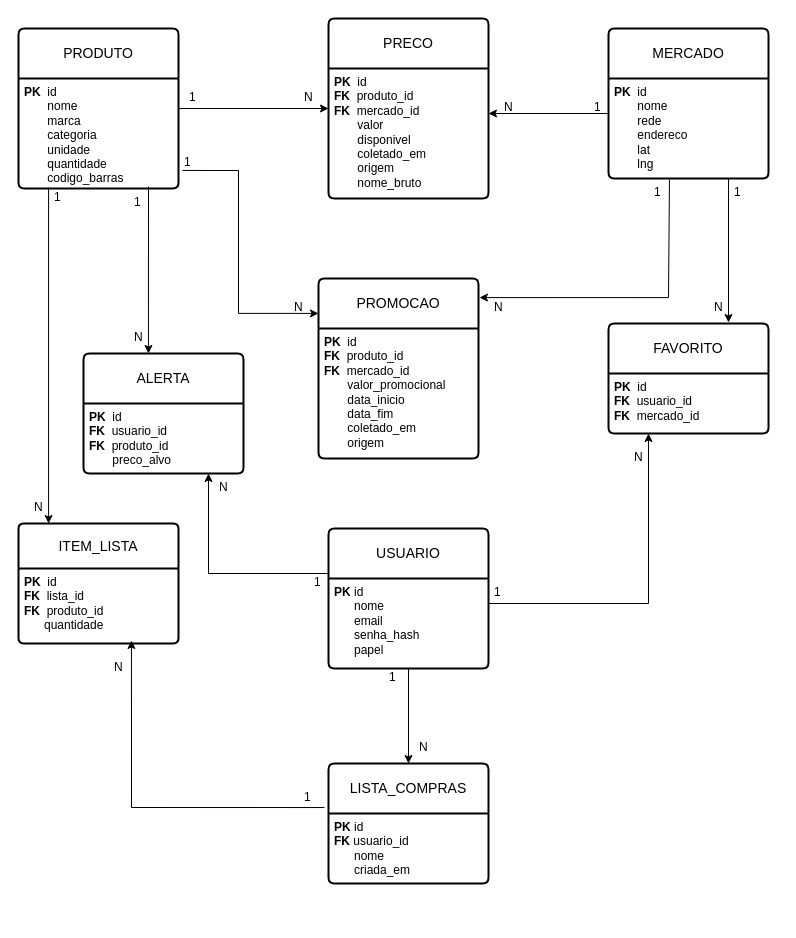
This is docs/SmartMarket_modelagem.drawio.xml from opedromeireless/smartmarket, a draw.io file, before an edit. Source tidied: cells renumbered, new cells numbered last; positions are measured from the earlier drawing's top-left corner, leaving out a move shared by most shapes. Both pictures are drawn from the tidied source at 100%, with x=0, y=0 at pixel (18, 18).
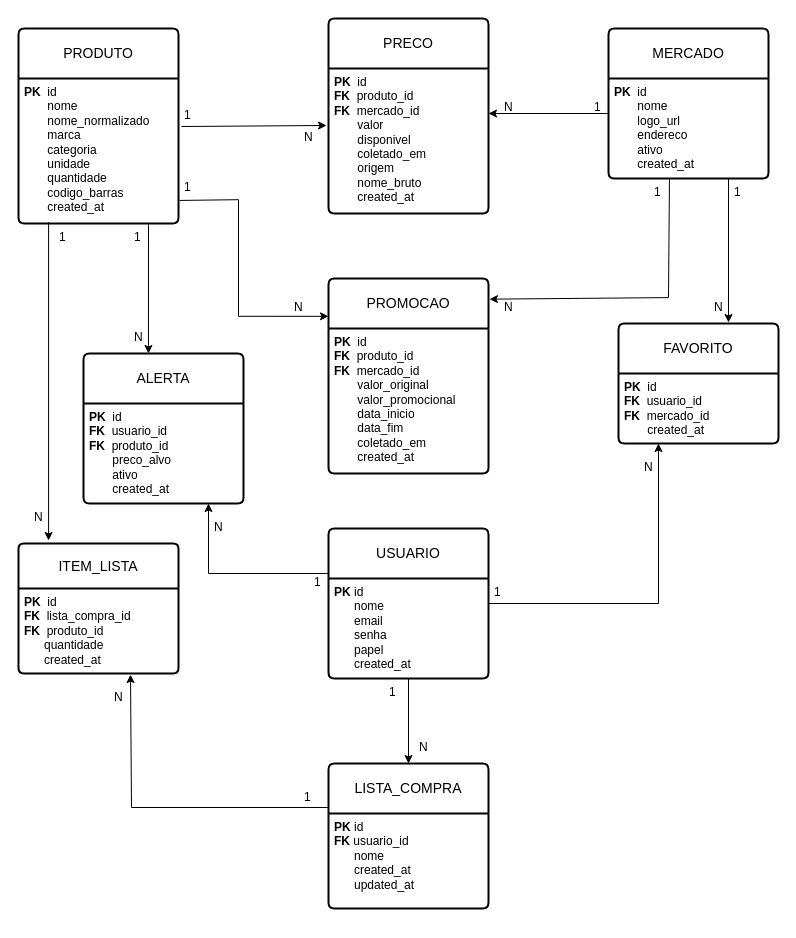
The same diagram, later.

Commit message (it also covers changes not shown here):
feat: adiciona modelagem do banco de dados e script DDL atualizados

The change refers to these unchanged cells:
```xml
<mxCell id="6" value="MERCADO" style="swimlane;horizontal=1;startSize=50;rounded=1;fontSize=14;fontStyle=0;strokeWidth=2;shadow=0;dashed=0;align=center;arcSize=4;whiteSpace=wrap;html=1;" parent="1" vertex="1">
  <mxGeometry x="590" y="10" width="160" height="150" as="geometry" />
</mxCell>
```

Change to the diagram source:
```diff
@@
     <mxCell id="2" value="PRODUTO" style="swimlane;horizontal=1;startSize=50;rounded=1;fontSize=14;fontStyle=0;strokeWidth=2;shadow=0;dashed=0;align=center;arcSize=4;whiteSpace=wrap;html=1;" parent="1" vertex="1">
-      <mxGeometry y="10" width="160" height="160" as="geometry" />
+      <mxGeometry y="10" width="160" height="195" as="geometry" />
     </mxCell>
-    <mxCell id="3" value="&lt;b style=&quot;&quot;&gt;PK&lt;/b&gt;&amp;nbsp; id&lt;br&gt;&amp;nbsp; &amp;nbsp; &amp;nbsp; &amp;nbsp;nome&lt;br&gt;&amp;nbsp; &amp;nbsp; &amp;nbsp; &amp;nbsp;marca&lt;div&gt;&amp;nbsp; &amp;nbsp; &amp;nbsp; &amp;nbsp;categoria&lt;/div&gt;&lt;div&gt;&amp;nbsp; &amp;nbsp; &amp;nbsp; &amp;nbsp;unidade&lt;/div&gt;&lt;div&gt;&amp;nbsp; &amp;nbsp; &amp;nbsp; &amp;nbsp;quantidade&lt;/div&gt;&lt;div&gt;&amp;nbsp; &amp;nbsp; &amp;nbsp; &amp;nbsp;codigo_barras&lt;/div&gt;" style="align=left;strokeColor=none;fillColor=none;spacingLeft=4;spacingRight=4;fontSize=12;verticalAlign=top;html=1;whiteSpace=wrap;" parent="2" vertex="1">
-      <mxGeometry y="50" width="160" height="110" as="geometry" />
+    <mxCell id="3" value="&lt;b style=&quot;&quot;&gt;PK&lt;/b&gt;&amp;nbsp; id&lt;br&gt;&amp;nbsp; &amp;nbsp; &amp;nbsp; &amp;nbsp;nome&lt;div&gt;&amp;nbsp; &amp;nbsp; &amp;nbsp; &amp;nbsp;nome_normalizado&lt;br&gt;&amp;nbsp; &amp;nbsp; &amp;nbsp; &amp;nbsp;marca&lt;div&gt;&amp;nbsp; &amp;nbsp; &amp;nbsp; &amp;nbsp;categoria&lt;/div&gt;&lt;div&gt;&amp;nbsp; &amp;nbsp; &amp;nbsp; &amp;nbsp;unidade&lt;/div&gt;&lt;div&gt;&amp;nbsp; &amp;nbsp; &amp;nbsp; &amp;nbsp;quantidade&lt;/div&gt;&lt;div&gt;&amp;nbsp; &amp;nbsp; &amp;nbsp; &amp;nbsp;codigo_barras&lt;/div&gt;&lt;/div&gt;&lt;div&gt;&amp;nbsp; &amp;nbsp; &amp;nbsp; &amp;nbsp;created_at&lt;br&gt;&lt;/div&gt;" style="align=left;strokeColor=none;fillColor=none;spacingLeft=4;spacingRight=4;fontSize=12;verticalAlign=top;html=1;whiteSpace=wrap;" parent="2" vertex="1">
+      <mxGeometry y="50" width="160" height="145" as="geometry" />
     </mxCell>
     <mxCell id="4" value="PRECO" style="swimlane;horizontal=1;startSize=50;rounded=1;fontSize=14;fontStyle=0;strokeWidth=2;shadow=0;dashed=0;align=center;arcSize=4;whiteSpace=wrap;html=1;" parent="1" vertex="1">
-      <mxGeometry x="310" width="160" height="180" as="geometry" />
+      <mxGeometry x="310" width="160" height="195" as="geometry" />
     </mxCell>
-    <mxCell id="5" value="&lt;b&gt;PK&lt;/b&gt;&amp;nbsp; id&amp;nbsp;&lt;br&gt;&lt;b&gt;FK&lt;/b&gt;&amp;nbsp; produto_id&lt;br&gt;&lt;b&gt;FK&lt;/b&gt;&amp;nbsp; mercado_id&lt;div&gt;&amp;nbsp; &amp;nbsp; &amp;nbsp; &amp;nbsp;valor&lt;/div&gt;&lt;div&gt;&amp;nbsp; &amp;nbsp; &amp;nbsp; &amp;nbsp;disponivel&lt;/div&gt;&lt;div&gt;&amp;nbsp; &amp;nbsp; &amp;nbsp; &amp;nbsp;coletado_em&lt;/div&gt;&lt;div&gt;&amp;nbsp; &amp;nbsp; &amp;nbsp; &amp;nbsp;origem&lt;/div&gt;&lt;div&gt;&amp;nbsp; &amp;nbsp; &amp;nbsp; &amp;nbsp;nome_bruto&lt;/div&gt;" style="align=left;strokeColor=none;fillColor=none;spacingLeft=4;spacingRight=4;fontSize=12;verticalAlign=top;html=1;whiteSpace=wrap;" parent="4" vertex="1">
-      <mxGeometry y="50" width="160" height="130" as="geometry" />
+    <mxCell id="5" value="&lt;b&gt;PK&lt;/b&gt;&amp;nbsp; id&amp;nbsp;&lt;br&gt;&lt;b&gt;FK&lt;/b&gt;&amp;nbsp; produto_id&lt;br&gt;&lt;b&gt;FK&lt;/b&gt;&amp;nbsp; mercado_id&lt;div&gt;&amp;nbsp; &amp;nbsp; &amp;nbsp; &amp;nbsp;valor&lt;/div&gt;&lt;div&gt;&amp;nbsp; &amp;nbsp; &amp;nbsp; &amp;nbsp;disponivel&lt;/div&gt;&lt;div&gt;&amp;nbsp; &amp;nbsp; &amp;nbsp; &amp;nbsp;coletado_em&lt;/div&gt;&lt;div&gt;&amp;nbsp; &amp;nbsp; &amp;nbsp; &amp;nbsp;origem&lt;/div&gt;&lt;div&gt;&amp;nbsp; &amp;nbsp; &amp;nbsp; &amp;nbsp;nome_bruto&lt;/div&gt;&lt;div&gt;&amp;nbsp; &amp;nbsp; &amp;nbsp; &amp;nbsp;created_at&lt;br&gt;&lt;/div&gt;" style="align=left;strokeColor=none;fillColor=none;spacingLeft=4;spacingRight=4;fontSize=12;verticalAlign=top;html=1;whiteSpace=wrap;" parent="4" vertex="1">
+      <mxGeometry y="50" width="160" height="145" as="geometry" />
     </mxCell>
@@
-    <mxCell id="7" value="&lt;b&gt;PK&amp;nbsp;&amp;nbsp;&lt;/b&gt;id&lt;br&gt;&amp;nbsp; &amp;nbsp; &amp;nbsp; &amp;nbsp;nome&lt;br&gt;&amp;nbsp; &amp;nbsp; &amp;nbsp; &amp;nbsp;rede&lt;div&gt;&amp;nbsp; &amp;nbsp; &amp;nbsp; &amp;nbsp;endereco&lt;/div&gt;&lt;div&gt;&amp;nbsp; &amp;nbsp; &amp;nbsp; &amp;nbsp;lat&lt;/div&gt;&lt;div&gt;&amp;nbsp; &amp;nbsp; &amp;nbsp; &amp;nbsp;lng&lt;/div&gt;&lt;div&gt;&lt;br&gt;&lt;/div&gt;" style="align=left;strokeColor=none;fillColor=none;spacingLeft=4;spacingRight=4;fontSize=12;verticalAlign=top;html=1;whiteSpace=wrap;" parent="6" vertex="1">
+    <mxCell id="7" value="&lt;b&gt;PK&amp;nbsp;&amp;nbsp;&lt;/b&gt;id&lt;br&gt;&amp;nbsp; &amp;nbsp; &amp;nbsp; &amp;nbsp;nome&lt;br&gt;&amp;nbsp; &amp;nbsp; &amp;nbsp; &amp;nbsp;logo_url&lt;div&gt;&amp;nbsp; &amp;nbsp; &amp;nbsp; &amp;nbsp;endereco&lt;/div&gt;&lt;div&gt;&amp;nbsp; &amp;nbsp; &amp;nbsp; &amp;nbsp;ativo&lt;/div&gt;&lt;div&gt;&amp;nbsp; &amp;nbsp; &amp;nbsp; &amp;nbsp;created_at&lt;/div&gt;&lt;div&gt;&lt;br&gt;&lt;/div&gt;" style="align=left;strokeColor=none;fillColor=none;spacingLeft=4;spacingRight=4;fontSize=12;verticalAlign=top;html=1;whiteSpace=wrap;" parent="6" vertex="1">
       <mxGeometry y="50" width="160" height="100" as="geometry" />
     </mxCell>
     <mxCell id="8" value="PROMOCAO" style="swimlane;horizontal=1;startSize=50;rounded=1;fontSize=14;fontStyle=0;strokeWidth=2;shadow=0;dashed=0;align=center;arcSize=4;whiteSpace=wrap;html=1;" parent="1" vertex="1">
-      <mxGeometry x="300" y="260" width="160" height="180" as="geometry" />
+      <mxGeometry x="310" y="260" width="160" height="195" as="geometry" />
     </mxCell>
-    <mxCell id="9" value="&lt;b&gt;PK&lt;/b&gt;&amp;nbsp; id&lt;br&gt;&lt;b&gt;FK&lt;/b&gt;&amp;nbsp; produto_id&lt;br&gt;&lt;b&gt;FK&lt;/b&gt;&amp;nbsp; mercado_id&lt;div&gt;&amp;nbsp; &amp;nbsp; &amp;nbsp; &amp;nbsp;valor_promocional&lt;/div&gt;&lt;div&gt;&lt;span style=&quot;background-color: transparent; color: light-dark(rgb(0, 0, 0), rgb(255, 255, 255));&quot;&gt;&amp;nbsp; &amp;nbsp; &amp;nbsp; &amp;nbsp;data_inicio&lt;/span&gt;&lt;/div&gt;&lt;div&gt;&amp;nbsp; &amp;nbsp; &amp;nbsp; &amp;nbsp;data_fim&lt;/div&gt;&lt;div&gt;&lt;span style=&quot;background-color: transparent; color: light-dark(rgb(0, 0, 0), rgb(255, 255, 255));&quot;&gt;&amp;nbsp; &amp;nbsp; &amp;nbsp; &amp;nbsp;coletado_em&lt;/span&gt;&lt;/div&gt;&lt;div&gt;&lt;span style=&quot;background-color: transparent; color: light-dark(rgb(0, 0, 0), rgb(255, 255, 255));&quot;&gt;&amp;nbsp; &amp;nbsp; &amp;nbsp; &amp;nbsp;origem&lt;/span&gt;&lt;/div&gt;" style="align=left;strokeColor=none;fillColor=none;spacingLeft=4;spacingRight=4;fontSize=12;verticalAlign=top;html=1;whiteSpace=wrap;" parent="8" vertex="1">
-      <mxGeometry y="50" width="160" height="130" as="geometry" />
+    <mxCell id="9" value="&lt;b&gt;PK&lt;/b&gt;&amp;nbsp; id&lt;br&gt;&lt;b&gt;FK&lt;/b&gt;&amp;nbsp; produto_id&lt;br&gt;&lt;b&gt;FK&lt;/b&gt;&amp;nbsp; mercado_id&lt;div&gt;&amp;nbsp; &amp;nbsp; &amp;nbsp; &amp;nbsp;valor_original&lt;br&gt;&lt;div&gt;&amp;nbsp; &amp;nbsp; &amp;nbsp; &amp;nbsp;valor_promocional&lt;/div&gt;&lt;div&gt;&lt;span style=&quot;background-color: transparent; color: light-dark(rgb(0, 0, 0), rgb(255, 255, 255));&quot;&gt;&amp;nbsp; &amp;nbsp; &amp;nbsp; &amp;nbsp;data_inicio&lt;/span&gt;&lt;/div&gt;&lt;div&gt;&amp;nbsp; &amp;nbsp; &amp;nbsp; &amp;nbsp;data_fim&lt;/div&gt;&lt;div&gt;&lt;span style=&quot;background-color: transparent; color: light-dark(rgb(0, 0, 0), rgb(255, 255, 255));&quot;&gt;&amp;nbsp; &amp;nbsp; &amp;nbsp; &amp;nbsp;coletado_em&lt;/span&gt;&lt;/div&gt;&lt;div&gt;&lt;span style=&quot;background-color: transparent; color: light-dark(rgb(0, 0, 0), rgb(255, 255, 255));&quot;&gt;&amp;nbsp; &amp;nbsp; &amp;nbsp; &amp;nbsp;created_at&lt;/span&gt;&lt;/div&gt;&lt;/div&gt;" style="align=left;strokeColor=none;fillColor=none;spacingLeft=4;spacingRight=4;fontSize=12;verticalAlign=top;html=1;whiteSpace=wrap;" parent="8" vertex="1">
+      <mxGeometry y="50" width="160" height="145" as="geometry" />
     </mxCell>
     <mxCell id="10" value="ITEM_LISTA" style="swimlane;horizontal=1;startSize=45;rounded=1;fontSize=14;fontStyle=0;strokeWidth=2;shadow=0;dashed=0;align=center;arcSize=4;whiteSpace=wrap;html=1;" parent="1" vertex="1">
-      <mxGeometry y="505" width="160" height="120" as="geometry" />
+      <mxGeometry y="525" width="160" height="130" as="geometry" />
     </mxCell>
-    <mxCell id="11" value="&lt;b&gt;PK&lt;/b&gt;&amp;nbsp; id&lt;br&gt;&lt;b&gt;FK&lt;/b&gt;&amp;nbsp; lista_id&lt;br&gt;&lt;b&gt;FK&lt;/b&gt;&amp;nbsp; produto_id&lt;div&gt;&amp;nbsp; &amp;nbsp; &amp;nbsp; quantidade&lt;/div&gt;&lt;div&gt;&lt;br&gt;&lt;/div&gt;&lt;div&gt;&lt;br&gt;&lt;/div&gt;" style="align=left;strokeColor=none;fillColor=none;spacingLeft=4;spacingRight=4;fontSize=12;verticalAlign=top;html=1;whiteSpace=wrap;" parent="10" vertex="1">
-      <mxGeometry y="45" width="160" height="75" as="geometry" />
+    <mxCell id="11" value="&lt;b&gt;PK&lt;/b&gt;&amp;nbsp; id&lt;br&gt;&lt;b&gt;FK&lt;/b&gt;&amp;nbsp; lista_compra_id&lt;br&gt;&lt;b&gt;FK&lt;/b&gt;&amp;nbsp; produto_id&lt;div&gt;&amp;nbsp; &amp;nbsp; &amp;nbsp; quantidade&lt;/div&gt;&lt;div&gt;&amp;nbsp; &amp;nbsp; &amp;nbsp; created_at&lt;br&gt;&lt;/div&gt;&lt;div&gt;&lt;br&gt;&lt;/div&gt;&lt;div&gt;&lt;br&gt;&lt;/div&gt;" style="align=left;strokeColor=none;fillColor=none;spacingLeft=4;spacingRight=4;fontSize=12;verticalAlign=top;html=1;whiteSpace=wrap;" parent="10" vertex="1">
+      <mxGeometry y="45" width="160" height="85" as="geometry" />
     </mxCell>
     <mxCell id="12" value="ALERTA" style="swimlane;horizontal=1;startSize=50;rounded=1;fontSize=14;fontStyle=0;strokeWidth=2;shadow=0;dashed=0;align=center;arcSize=4;whiteSpace=wrap;html=1;" parent="1" vertex="1">
-      <mxGeometry x="65" y="335" width="160" height="120" as="geometry" />
+      <mxGeometry x="65" y="335" width="160" height="150" as="geometry" />
     </mxCell>
-    <mxCell id="13" value="&lt;b&gt;PK&lt;/b&gt;&amp;nbsp; id&lt;br&gt;&lt;b&gt;FK&lt;/b&gt;&amp;nbsp; usuario_id&lt;br&gt;&lt;b&gt;FK&amp;nbsp;&amp;nbsp;&lt;/b&gt;produto_id&lt;div&gt;&amp;nbsp; &amp;nbsp; &amp;nbsp; &amp;nbsp;preco_alvo&lt;/div&gt;&lt;div&gt;&lt;br&gt;&lt;/div&gt;&lt;div&gt;&lt;br&gt;&lt;/div&gt;" style="align=left;strokeColor=none;fillColor=none;spacingLeft=4;spacingRight=4;fontSize=12;verticalAlign=top;html=1;whiteSpace=wrap;" parent="12" vertex="1">
-      <mxGeometry y="50" width="160" height="70" as="geometry" />
+    <mxCell id="13" value="&lt;b&gt;PK&lt;/b&gt;&amp;nbsp; id&lt;br&gt;&lt;b&gt;FK&lt;/b&gt;&amp;nbsp; usuario_id&lt;br&gt;&lt;b&gt;FK&amp;nbsp;&amp;nbsp;&lt;/b&gt;produto_id&lt;div&gt;&amp;nbsp; &amp;nbsp; &amp;nbsp; &amp;nbsp;preco_alvo&lt;/div&gt;&lt;div&gt;&amp;nbsp; &amp;nbsp; &amp;nbsp; &amp;nbsp;ativo&lt;br&gt;&lt;/div&gt;&lt;div&gt;&amp;nbsp; &amp;nbsp; &amp;nbsp; &amp;nbsp;created_at&lt;br&gt;&lt;/div&gt;&lt;div&gt;&lt;br&gt;&lt;/div&gt;&lt;div&gt;&lt;br&gt;&lt;/div&gt;" style="align=left;strokeColor=none;fillColor=none;spacingLeft=4;spacingRight=4;fontSize=12;verticalAlign=top;html=1;whiteSpace=wrap;" parent="12" vertex="1">
+      <mxGeometry y="50" width="160" height="100" as="geometry" />
     </mxCell>
     <mxCell id="14" value="USUARIO" style="swimlane;horizontal=1;startSize=50;rounded=1;fontSize=14;fontStyle=0;strokeWidth=2;shadow=0;dashed=0;align=center;arcSize=4;whiteSpace=wrap;html=1;" parent="1" vertex="1">
-      <mxGeometry x="310" y="510" width="160" height="140" as="geometry" />
+      <mxGeometry x="310" y="510" width="160" height="150" as="geometry" />
     </mxCell>
-    <mxCell id="15" value="&lt;b&gt;PK&lt;/b&gt; id&lt;br&gt;&amp;nbsp; &amp;nbsp; &amp;nbsp; nome&lt;br&gt;&amp;nbsp; &amp;nbsp; &amp;nbsp; email&lt;div&gt;&amp;nbsp; &amp;nbsp; &amp;nbsp; senha_hash&lt;/div&gt;&lt;div&gt;&amp;nbsp; &amp;nbsp; &amp;nbsp; papel&lt;/div&gt;&lt;div&gt;&lt;br&gt;&lt;/div&gt;&lt;div&gt;&lt;br&gt;&lt;/div&gt;&lt;div&gt;&lt;br&gt;&lt;/div&gt;" style="align=left;strokeColor=none;fillColor=none;spacingLeft=4;spacingRight=4;fontSize=12;verticalAlign=top;html=1;whiteSpace=wrap;" parent="14" vertex="1">
-      <mxGeometry y="50" width="160" height="90" as="geometry" />
+    <mxCell id="15" value="&lt;b&gt;PK&lt;/b&gt; id&lt;br&gt;&amp;nbsp; &amp;nbsp; &amp;nbsp; nome&lt;br&gt;&amp;nbsp; &amp;nbsp; &amp;nbsp; email&lt;div&gt;&amp;nbsp; &amp;nbsp; &amp;nbsp; senha&lt;/div&gt;&lt;div&gt;&amp;nbsp; &amp;nbsp; &amp;nbsp; papel&lt;/div&gt;&lt;div&gt;&amp;nbsp; &amp;nbsp; &amp;nbsp; created_at&lt;br&gt;&lt;/div&gt;&lt;div&gt;&lt;br&gt;&lt;/div&gt;&lt;div&gt;&lt;br&gt;&lt;/div&gt;&lt;div&gt;&lt;br&gt;&lt;/div&gt;" style="align=left;strokeColor=none;fillColor=none;spacingLeft=4;spacingRight=4;fontSize=12;verticalAlign=top;html=1;whiteSpace=wrap;" parent="14" vertex="1">
+      <mxGeometry y="50" width="160" height="100" as="geometry" />
     </mxCell>
     <mxCell id="16" value="FAVORITO" style="swimlane;horizontal=1;startSize=50;rounded=1;fontSize=14;fontStyle=0;strokeWidth=2;shadow=0;dashed=0;align=center;arcSize=4;whiteSpace=wrap;html=1;" parent="1" vertex="1">
-      <mxGeometry x="590" y="305" width="160" height="110" as="geometry" />
+      <mxGeometry x="600" y="305" width="160" height="120" as="geometry" />
     </mxCell>
-    <mxCell id="17" value="&lt;b&gt;PK&lt;/b&gt;&amp;nbsp; id&lt;br&gt;&lt;b&gt;FK&lt;/b&gt;&amp;nbsp; usuario_id&lt;br&gt;&lt;b&gt;FK&lt;/b&gt;&amp;nbsp; mercado_id&lt;div&gt;&lt;br&gt;&lt;/div&gt;" style="align=left;strokeColor=none;fillColor=none;spacingLeft=4;spacingRight=4;fontSize=12;verticalAlign=top;html=1;whiteSpace=wrap;" parent="16" vertex="1">
-      <mxGeometry y="50" width="160" height="60" as="geometry" />
+    <mxCell id="17" value="&lt;b&gt;PK&lt;/b&gt;&amp;nbsp; id&lt;br&gt;&lt;b&gt;FK&lt;/b&gt;&amp;nbsp; usuario_id&lt;br&gt;&lt;b&gt;FK&lt;/b&gt;&amp;nbsp; mercado_id&lt;div&gt;&amp;nbsp; &amp;nbsp; &amp;nbsp; &amp;nbsp;created_at&lt;br&gt;&lt;div&gt;&lt;br&gt;&lt;/div&gt;&lt;/div&gt;" style="align=left;strokeColor=none;fillColor=none;spacingLeft=4;spacingRight=4;fontSize=12;verticalAlign=top;html=1;whiteSpace=wrap;" parent="16" vertex="1">
+      <mxGeometry y="50" width="160" height="70" as="geometry" />
     </mxCell>
-    <mxCell id="18" value="LISTA_COMPRAS" style="swimlane;horizontal=1;startSize=50;rounded=1;fontSize=14;fontStyle=0;strokeWidth=2;shadow=0;dashed=0;align=center;arcSize=4;whiteSpace=wrap;html=1;" parent="1" vertex="1">
-      <mxGeometry x="310" y="745" width="160" height="120" as="geometry" />
+    <mxCell id="18" value="LISTA_COMPRA" style="swimlane;horizontal=1;startSize=50;rounded=1;fontSize=14;fontStyle=0;strokeWidth=2;shadow=0;dashed=0;align=center;arcSize=4;whiteSpace=wrap;html=1;" parent="1" vertex="1">
+      <mxGeometry x="310" y="745" width="160" height="145" as="geometry" />
     </mxCell>
-    <mxCell id="19" value="&lt;b&gt;PK&lt;/b&gt; id&lt;br&gt;&lt;b&gt;FK&lt;/b&gt;&amp;nbsp;usuario_id&lt;br&gt;&lt;div&gt;&amp;nbsp; &amp;nbsp; &amp;nbsp; nome&lt;/div&gt;&lt;div&gt;&amp;nbsp; &amp;nbsp; &amp;nbsp; criada_em&lt;/div&gt;&lt;div&gt;&lt;br&gt;&lt;/div&gt;&lt;div&gt;&lt;br&gt;&lt;/div&gt;" style="align=left;strokeColor=none;fillColor=none;spacingLeft=4;spacingRight=4;fontSize=12;verticalAlign=top;html=1;whiteSpace=wrap;" parent="18" vertex="1">
-      <mxGeometry y="50" width="160" height="70" as="geometry" />
+    <mxCell id="19" value="&lt;b&gt;PK&lt;/b&gt; id&lt;br&gt;&lt;b&gt;FK&lt;/b&gt;&amp;nbsp;usuario_id&lt;br&gt;&lt;div&gt;&amp;nbsp; &amp;nbsp; &amp;nbsp; nome&lt;/div&gt;&lt;div&gt;&amp;nbsp; &amp;nbsp; &amp;nbsp; created_at&lt;/div&gt;&lt;div&gt;&amp;nbsp; &amp;nbsp; &amp;nbsp; updated_at&lt;/div&gt;&lt;div&gt;&lt;br&gt;&lt;/div&gt;&lt;div&gt;&lt;br&gt;&lt;/div&gt;" style="align=left;strokeColor=none;fillColor=none;spacingLeft=4;spacingRight=4;fontSize=12;verticalAlign=top;html=1;whiteSpace=wrap;" parent="18" vertex="1">
+      <mxGeometry y="50" width="160" height="95" as="geometry" />
     </mxCell>
     <mxCell id="20" value="1" style="text;strokeColor=none;fillColor=none;spacingLeft=4;spacingRight=4;overflow=hidden;points=[[0,0.5],[1,0.5]];portConstraint=eastwest;fontSize=12;whiteSpace=wrap;html=1;" parent="1" vertex="1">
-      <mxGeometry x="165" y="65" width="30" height="30" as="geometry" />
+      <mxGeometry x="160" y="82.5" width="30" height="30" as="geometry" />
     </mxCell>
     <mxCell id="21" value="N" style="text;strokeColor=none;fillColor=none;spacingLeft=4;spacingRight=4;overflow=hidden;fontSize=12;whiteSpace=wrap;html=1;" parent="1" vertex="1">
-      <mxGeometry x="280" y="65" width="30" height="30" as="geometry" />
+      <mxGeometry x="280" y="105" width="30" height="30" as="geometry" />
     </mxCell>
-    <mxCell id="22" style="endArrow=classic;html=1;rounded=0;endFill=1;entryX=0;entryY=0.194;entryDx=0;entryDy=0;entryPerimeter=0;exitX=1.025;exitY=0.836;exitDx=0;exitDy=0;exitPerimeter=0;" parent="1" edge="1" source="3" target="8">
+    <mxCell id="22" style="endArrow=classic;html=1;rounded=0;endFill=1;entryX=0;entryY=0.194;entryDx=0;entryDy=0;entryPerimeter=0;exitX=1.006;exitY=0.841;exitDx=0;exitDy=0;exitPerimeter=0;" parent="1" edge="1" source="3" target="8">
       <mxGeometry relative="1" as="geometry">
         <Array as="points">
-          <mxPoint x="220" y="152" />
-          <mxPoint x="220" y="294.9" />
+          <mxPoint x="220" y="181.2" />
+          <mxPoint x="220" y="297.8" />
         </Array>
       </mxGeometry>
     </mxCell>
     <mxCell id="23" value="1" style="text;strokeColor=none;fillColor=none;spacingLeft=4;spacingRight=4;overflow=hidden;fontSize=12;whiteSpace=wrap;html=1;" parent="1" vertex="1">
-      <mxGeometry x="160" y="130" width="30" height="30" as="geometry" />
+      <mxGeometry x="160" y="155" width="30" height="30" as="geometry" />
     </mxCell>
@@
     <mxCell id="29" value="N" style="text;strokeColor=none;fillColor=none;spacingLeft=4;spacingRight=4;overflow=hidden;fontSize=12;whiteSpace=wrap;html=1;" parent="1" vertex="1">
-      <mxGeometry x="470" y="275" width="30" height="30" as="geometry" />
+      <mxGeometry x="480" y="275" width="30" height="30" as="geometry" />
     </mxCell>
@@
     <mxCell id="31" style="edgeStyle=none;jettySize=auto;html=1;rounded=0;entryX=0.406;entryY=0;entryDx=0;entryDy=0;entryPerimeter=0;" parent="1" edge="1" target="12">
       <mxGeometry relative="1" as="geometry">
-        <mxPoint x="130" y="168" as="sourcePoint" />
+        <mxPoint x="130" y="205" as="sourcePoint" />
       </mxGeometry>
     </mxCell>
@@
     <mxCell id="33" value="1" style="text;strokeColor=none;fillColor=none;spacingLeft=4;spacingRight=4;overflow=hidden;fontSize=12;whiteSpace=wrap;html=1;" parent="1" vertex="1">
-      <mxGeometry x="110" y="170" width="30" height="30" as="geometry" />
+      <mxGeometry x="110" y="205" width="30" height="30" as="geometry" />
     </mxCell>
@@
-    <mxCell id="37" style="edgeStyle=none;jettySize=auto;html=1;rounded=0;entryX=0;entryY=0.5;entryDx=0;entryDy=0;exitX=1;exitY=0.5;exitDx=0;exitDy=0;" parent="1" edge="1" source="2" target="4">
+    <mxCell id="37" style="edgeStyle=none;jettySize=auto;html=1;rounded=0;exitX=0.1;exitY=0.85;exitDx=0;exitDy=0;entryX=-0.012;entryY=0.393;entryDx=0;entryDy=0;entryPerimeter=0;exitPerimeter=0;" parent="1" edge="1" source="20" target="5">
       <mxGeometry relative="1" as="geometry" />
     </mxCell>
-    <mxCell id="38" style="edgeStyle=none;jettySize=auto;html=1;rounded=0;exitX=-0.025;exitY=0.367;exitDx=0;exitDy=0;exitPerimeter=0;entryX=0.706;entryY=0.96;entryDx=0;entryDy=0;entryPerimeter=0;" parent="1" edge="1" source="18" target="11">
+    <mxCell id="38" style="edgeStyle=none;jettySize=auto;html=1;rounded=0;entryX=0.7;entryY=1.013;entryDx=0;entryDy=0;entryPerimeter=0;" parent="1" edge="1" target="11">
       <mxGeometry relative="1" as="geometry">
+        <mxPoint x="310" y="789" as="sourcePoint" />
         <Array as="points">
           <mxPoint x="113" y="789" />
         </Array>
       </mxGeometry>
     </mxCell>
     <mxCell id="39" value="N" style="text;strokeColor=none;fillColor=none;spacingLeft=4;spacingRight=4;overflow=hidden;fontSize=12;whiteSpace=wrap;html=1;" parent="1" vertex="1">
-      <mxGeometry x="90" y="635" width="30" height="30" as="geometry" />
+      <mxGeometry x="90" y="665" width="30" height="30" as="geometry" />
     </mxCell>
@@
     <mxCell id="41" style="edgeStyle=none;jettySize=auto;html=1;rounded=0;entryX=0.25;entryY=1;entryDx=0;entryDy=0;" parent="1" edge="1" target="17">
       <mxGeometry relative="1" as="geometry">
         <mxPoint x="470" y="585" as="sourcePoint" />
         <Array as="points">
-          <mxPoint x="630" y="585" />
+          <mxPoint x="640" y="585" />
         </Array>
       </mxGeometry>
     </mxCell>
     <mxCell id="42" value="N" style="text;strokeColor=none;fillColor=none;spacingLeft=4;spacingRight=4;overflow=hidden;fontSize=12;whiteSpace=wrap;html=1;" parent="1" vertex="1">
-      <mxGeometry x="610" y="425" width="30" height="30" as="geometry" />
+      <mxGeometry x="620" y="435" width="30" height="30" as="geometry" />
     </mxCell>
@@
     <mxCell id="46" value="1" style="text;strokeColor=none;fillColor=none;spacingLeft=4;spacingRight=4;overflow=hidden;fontSize=12;whiteSpace=wrap;html=1;" parent="1" vertex="1">
-      <mxGeometry x="365" y="645" width="30" height="30" as="geometry" />
+      <mxGeometry x="365" y="660" width="30" height="30" as="geometry" />
     </mxCell>
-    <mxCell id="47" style="edgeStyle=none;jettySize=auto;html=1;rounded=0;exitX=0.188;exitY=0.991;exitDx=0;exitDy=0;exitPerimeter=0;" parent="1" edge="1" source="3">
-      <mxGeometry relative="1" as="geometry">
-        <mxPoint x="30.1" y="505" as="targetPoint" />
-      </mxGeometry>
+    <mxCell id="47" style="edgeStyle=none;jettySize=auto;html=1;rounded=0;exitX=0.188;exitY=0.991;exitDx=0;exitDy=0;exitPerimeter=0;entryX=0.188;entryY=-0.023;entryDx=0;entryDy=0;entryPerimeter=0;" parent="1" edge="1" source="3" target="10">
+      <mxGeometry relative="1" as="geometry" />
     </mxCell>
     <mxCell id="48" value="N" style="text;strokeColor=none;fillColor=none;spacingLeft=4;spacingRight=4;overflow=hidden;fontSize=12;whiteSpace=wrap;html=1;" parent="1" vertex="1">
-      <mxGeometry x="10" y="475" width="30" height="30" as="geometry" />
+      <mxGeometry x="10" y="485" width="30" height="30" as="geometry" />
     </mxCell>
     <mxCell id="49" value="1" style="text;strokeColor=none;fillColor=none;spacingLeft=4;spacingRight=4;overflow=hidden;fontSize=12;whiteSpace=wrap;html=1;" parent="1" vertex="1">
-      <mxGeometry x="30" y="165" width="30" height="30" as="geometry" />
+      <mxGeometry x="35" y="205" width="30" height="30" as="geometry" />
     </mxCell>
     <mxCell id="50" style="edgeStyle=none;orthogonalLoop=1;jettySize=auto;html=1;rounded=0;" parent="1" edge="1">
       <mxGeometry relative="1" as="geometry">
         <mxPoint x="310" y="555" as="sourcePoint" />
-        <mxPoint x="190" y="455" as="targetPoint" />
+        <mxPoint x="190" y="485" as="targetPoint" />
         <Array as="points">
           <mxPoint x="190" y="555" />
         </Array>
       </mxGeometry>
     </mxCell>
     <mxCell id="51" value="N" style="text;strokeColor=none;fillColor=none;spacingLeft=4;spacingRight=4;overflow=hidden;fontSize=12;whiteSpace=wrap;html=1;" parent="1" vertex="1">
-      <mxGeometry x="195" y="455" width="30" height="30" as="geometry" />
+      <mxGeometry x="190" y="495" width="30" height="30" as="geometry" />
     </mxCell>
```
